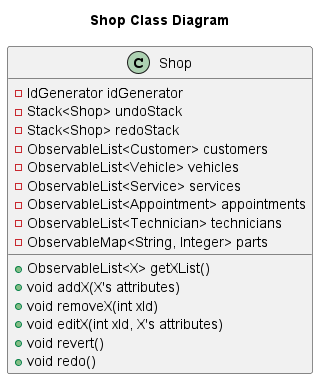
Above: docs/images/ShopClassDiagram.png in nus-cs2103-AY2223S2/tp (PlantUML), before the change. Its diagram source:
```plantuml
@startuml
title Shop Class Diagram
class Shop {
    - IdGenerator idGenerator
    - Stack<Shop> undoStack
    - Stack<Shop> redoStack
    - ObservableList<Customer> customers
    - ObservableList<Vehicle> vehicles
    - ObservableList<Service> services
    - ObservableList<Appointment> appointments
    - ObservableList<Technician> technicians
    - ObservableMap<String, Integer> parts

    + ObservableList<X> getXList()
    + void addX(X's attributes)
    + void removeX(int xId)
    + void editX(int xId, X's attributes)
    + void revert()
    + void redo()
}


@enduml
```
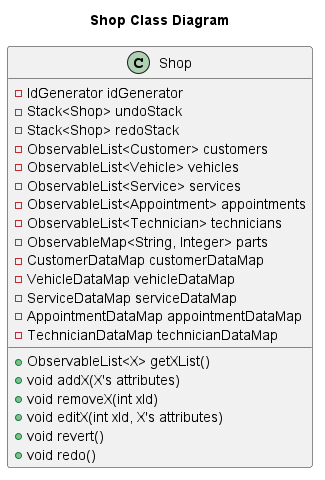
The same diagram one commit later.

Commit message:
Update Shop Class Diagram

Change to the diagram source:
```diff
@@ -10,6 +10,11 @@
     - ObservableList<Appointment> appointments
     - ObservableList<Technician> technicians
     - ObservableMap<String, Integer> parts
+    - CustomerDataMap customerDataMap
+    - VehicleDataMap vehicleDataMap
+    - ServiceDataMap serviceDataMap
+    - AppointmentDataMap appointmentDataMap
+    - TechnicianDataMap technicianDataMap
 
     + ObservableList<X> getXList()
     + void addX(X's attributes)
```
